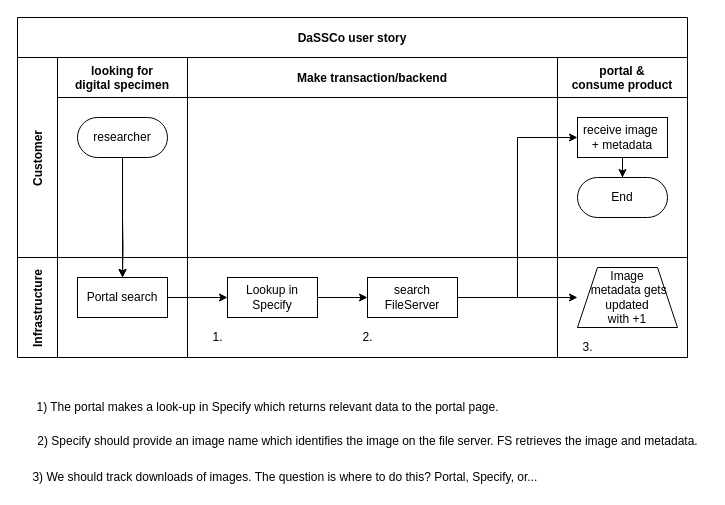
The draw.io diagram dassco_user_st_Diagram.drawio in jlegind/DMP_charts, before the edit. Source tidied: cells renumbered, new cells numbered last; positions are measured from the earlier drawing's top-left corner, leaving out a move shared by most shapes. Both pictures are drawn from the tidied source at 100%, with x=0, y=0 at pixel (17, 17).
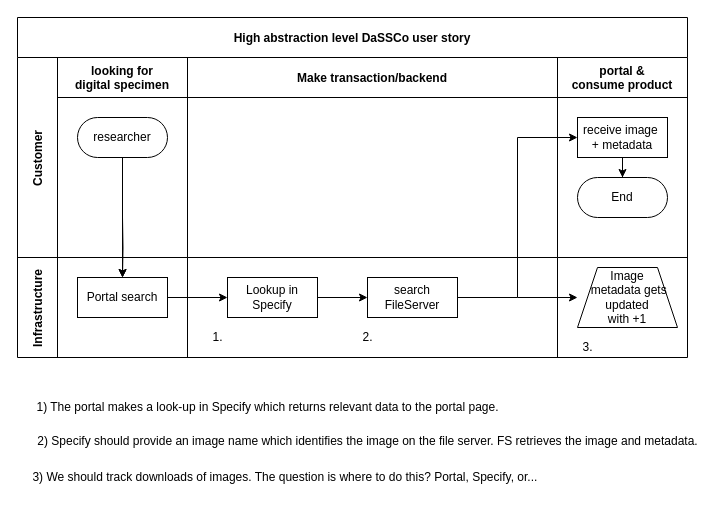
The same diagram, later.

Change to the diagram source:
```diff
@@
-    <mxCell id="2" value="DaSSCo user story" style="shape=table;childLayout=tableLayout;startSize=40;fillColor=none;fontStyle=1;" parent="1" vertex="1">
+    <mxCell id="2" value="High abstraction level DaSSCo user story" style="shape=table;childLayout=tableLayout;startSize=40;fillColor=none;fontStyle=1;" parent="1" vertex="1">
       <mxGeometry width="670" height="340" as="geometry" />
     </mxCell>
```
